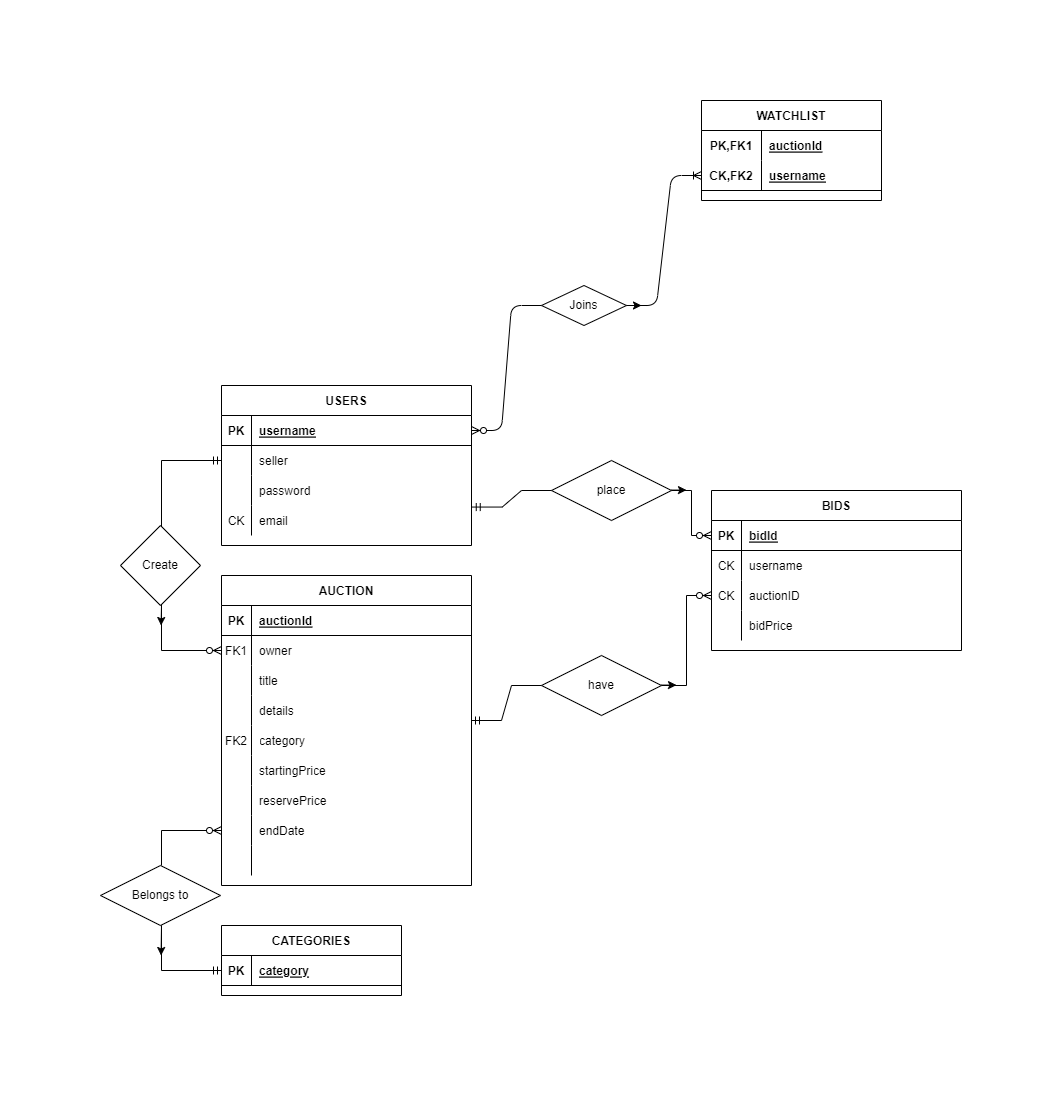
jcgloria/dbf_project keeps this draw.io diagram as er-diagram.drawio.png. Above is the earlier version. Source tidied: cells renumbered, new cells last; positions are measured from the earlier drawing's top-left corner, leaving out a move shared by most shapes.
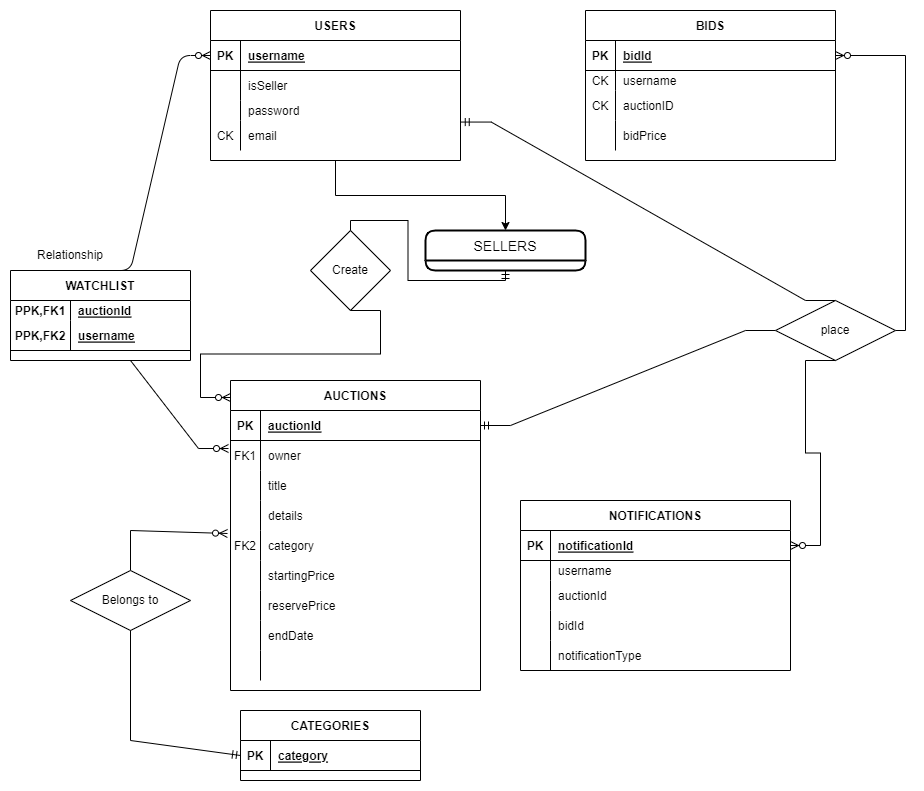
Later version of the same file.

Diff of the diagram source:
```diff
@@ -4,4 +4,4 @@
     <mxCell id="1" parent="0" />
-    <mxCell id="2" value="AUCTION" style="shape=table;startSize=30;rowLines=0;fontStyle=1;align=center;" parent="1" vertex="1">
-      <mxGeometry x="121" y="475" width="250" height="310" as="geometry" />
+    <mxCell id="2" value="AUCTIONS" style="shape=table;startSize=30;rowLines=0;fontStyle=1;align=center;" parent="1" vertex="1">
+      <mxGeometry x="256" y="370" width="250" height="310" as="geometry" />
     </mxCell>
@@ -89,3 +89,3 @@
     <mxCell id="30" value="BIDS" style="shape=table;startSize=30;rowLines=0;fontStyle=1;align=center;" parent="1" vertex="1">
-      <mxGeometry x="611" y="390" width="250" height="160" as="geometry" />
+      <mxGeometry x="611" width="250" height="150" as="geometry" />
     </mxCell>
@@ -101,12 +101,12 @@
     <mxCell id="34" style="shape=partialRectangle;fillColor=none;top=0;left=0;right=0;bottom=0;" parent="30" vertex="1">
-      <mxGeometry y="60" width="250" height="30" as="geometry" />
+      <mxGeometry y="60" width="250" height="20" as="geometry" />
     </mxCell>
     <mxCell id="35" value="CK" style="shape=partialRectangle;overflow=hidden;fillColor=none;top=0;left=0;bottom=0;right=0;" parent="34" vertex="1">
-      <mxGeometry width="30" height="30" as="geometry" />
+      <mxGeometry width="30" height="20" as="geometry" />
     </mxCell>
     <mxCell id="36" value="username" style="shape=partialRectangle;overflow=hidden;fillColor=none;top=0;left=0;bottom=0;right=0;align=left;spacingLeft=6;" parent="34" vertex="1">
-      <mxGeometry x="30" width="220" height="30" as="geometry" />
+      <mxGeometry x="30" width="220" height="20" as="geometry" />
     </mxCell>
     <mxCell id="37" style="shape=partialRectangle;fillColor=none;points=[[0,0.5],[1,0.5]];portConstraint=eastwest;top=0;left=0;right=0;bottom=0;" parent="30" vertex="1">
-      <mxGeometry y="90" width="250" height="30" as="geometry" />
+      <mxGeometry y="80" width="250" height="30" as="geometry" />
     </mxCell>
@@ -119,3 +119,3 @@
     <mxCell id="40" style="shape=partialRectangle;fillColor=none;top=0;left=0;right=0;bottom=0;" parent="30" vertex="1">
-      <mxGeometry y="120" width="250" height="30" as="geometry" />
+      <mxGeometry y="110" width="250" height="30" as="geometry" />
     </mxCell>
@@ -127,4 +127,7 @@
     </mxCell>
+    <mxCell id="86" style="edgeStyle=orthogonalEdgeStyle;rounded=0;jettySize=auto;html=1;" parent="1" edge="1" source="43" target="104">
+      <mxGeometry relative="1" as="geometry" />
+    </mxCell>
     <mxCell id="43" value="USERS" style="shape=table;startSize=30;rowLines=0;fontStyle=1;align=center;" parent="1" vertex="1">
-      <mxGeometry x="121" y="285" width="250" height="160" as="geometry" />
+      <mxGeometry x="236" width="250" height="150" as="geometry" />
     </mxCell>
@@ -145,3 +148,3 @@
     </mxCell>
-    <mxCell id="49" value="seller" style="shape=partialRectangle;overflow=hidden;fillColor=none;top=0;left=0;bottom=0;right=0;align=left;spacingLeft=6;" parent="47" vertex="1">
+    <mxCell id="49" value="isSeller" style="shape=partialRectangle;overflow=hidden;fillColor=none;top=0;left=0;bottom=0;right=0;align=left;spacingLeft=6;" parent="47" vertex="1">
       <mxGeometry x="30" width="220" height="30" as="geometry" />
@@ -149,12 +152,12 @@
     <mxCell id="50" style="shape=partialRectangle;fillColor=none;top=0;left=0;right=0;bottom=0;" parent="43" vertex="1">
-      <mxGeometry y="90" width="250" height="30" as="geometry" />
+      <mxGeometry y="90" width="250" height="20" as="geometry" />
     </mxCell>
     <mxCell id="51" style="shape=partialRectangle;overflow=hidden;fillColor=none;top=0;left=0;bottom=0;right=0;" parent="50" vertex="1">
-      <mxGeometry width="30" height="30" as="geometry" />
+      <mxGeometry width="30" height="20" as="geometry" />
     </mxCell>
     <mxCell id="52" value="password" style="shape=partialRectangle;overflow=hidden;fillColor=none;top=0;left=0;bottom=0;right=0;align=left;spacingLeft=6;" parent="50" vertex="1">
-      <mxGeometry x="30" width="220" height="30" as="geometry" />
+      <mxGeometry x="30" width="220" height="20" as="geometry" />
     </mxCell>
     <mxCell id="53" style="shape=partialRectangle;fillColor=none;points=[[0,0.5],[1,0.5]];portConstraint=eastwest;top=0;left=0;right=0;bottom=0;" parent="43" vertex="1">
-      <mxGeometry y="120" width="250" height="30" as="geometry" />
+      <mxGeometry y="110" width="250" height="30" as="geometry" />
     </mxCell>
@@ -167,3 +170,3 @@
     <mxCell id="56" value="CATEGORIES" style="shape=table;startSize=30;rowLines=0;fontStyle=1;align=center;" parent="1" vertex="1">
-      <mxGeometry x="121" y="825" width="180" height="70" as="geometry" />
+      <mxGeometry x="266" y="700" width="180" height="70" as="geometry" />
     </mxCell>
@@ -179,17 +182,17 @@
     <mxCell id="60" value="WATCHLIST" style="shape=table;startSize=30;rowLines=0;fontStyle=1;align=center;" parent="1" vertex="1">
-      <mxGeometry x="601" width="180" height="100" as="geometry" />
+      <mxGeometry x="36" y="260" width="180" height="90" as="geometry" />
     </mxCell>
     <mxCell id="61" style="shape=tableRow;horizontal=0;startSize=0;swimlaneHead=0;swimlaneBody=0;fillColor=none;top=0;left=0;right=0;bottom=0;" parent="60" vertex="1">
-      <mxGeometry y="30" width="180" height="30" as="geometry" />
+      <mxGeometry y="30" width="180" height="20" as="geometry" />
     </mxCell>
-    <mxCell id="62" value="PK,FK1" style="shape=partialRectangle;fillColor=none;top=0;left=0;bottom=0;right=0;fontStyle=1;overflow=hidden;" parent="61" vertex="1">
-      <mxGeometry width="60" height="30" as="geometry" />
+    <mxCell id="62" value="PPK,FK1" style="shape=partialRectangle;fillColor=none;top=0;left=0;bottom=0;right=0;fontStyle=1;overflow=hidden;" parent="61" vertex="1">
+      <mxGeometry width="60" height="20" as="geometry" />
     </mxCell>
     <mxCell id="63" value="auctionId" style="shape=partialRectangle;fillColor=none;top=0;left=0;bottom=0;right=0;align=left;spacingLeft=6;fontStyle=5;overflow=hidden;" parent="61" vertex="1">
-      <mxGeometry x="60" width="120" height="30" as="geometry" />
+      <mxGeometry x="60" width="120" height="20" as="geometry" />
     </mxCell>
     <mxCell id="64" style="shape=tableRow;horizontal=0;startSize=0;swimlaneHead=0;swimlaneBody=0;fillColor=none;points=[[0,0.5],[1,0.5]];portConstraint=eastwest;top=0;left=0;right=0;bottom=1;" parent="60" vertex="1">
-      <mxGeometry y="60" width="180" height="30" as="geometry" />
+      <mxGeometry y="50" width="180" height="30" as="geometry" />
     </mxCell>
-    <mxCell id="65" value="CK,FK2" style="shape=partialRectangle;fillColor=none;top=0;left=0;bottom=0;right=0;fontStyle=1;overflow=hidden;" parent="64" vertex="1">
+    <mxCell id="65" value="PPK,FK2" style="shape=partialRectangle;fillColor=none;top=0;left=0;bottom=0;right=0;fontStyle=1;overflow=hidden;" parent="64" vertex="1">
       <mxGeometry width="60" height="30" as="geometry" />
@@ -199,33 +202,12 @@
     </mxCell>
-    <mxCell id="67" style="edgeStyle=entityRelationEdgeStyle;fontSize=12;html=1;endArrow=ERoneToMany;startArrow=none;fontFamily=Helvetica;fontColor=default;align=center;strokeColor=default;exitX=1;exitY=0.5;exitDx=0;exitDy=0;" parent="1" edge="1" source="68" target="64">
-      <mxGeometry relative="1" as="geometry" />
-    </mxCell>
-    <mxCell id="68" value="Joins" style="shape=rhombus;perimeter=rhombusPerimeter;whiteSpace=wrap;html=1;align=center;fontSize=12;" parent="1" vertex="1">
-      <mxGeometry x="441" y="185" width="85" height="40" as="geometry" />
-    </mxCell>
-    <mxCell id="69" style="edgeStyle=entityRelationEdgeStyle;fontSize=12;html=1;endArrow=none;startArrow=ERzeroToMany;fontFamily=Helvetica;fontColor=default;align=center;strokeColor=default;exitX=1;exitY=0.5;exitDx=0;exitDy=0;" parent="1" edge="1" source="44" target="68">
+    <mxCell id="69" style="edgeStyle=entityRelationEdgeStyle;fontSize=12;html=1;endArrow=none;startArrow=ERzeroToMany;fontFamily=Helvetica;fontColor=default;align=center;strokeColor=default;entryX=0.5;entryY=0;entryDx=0;entryDy=0;exitX=0;exitY=0.5;exitDx=0;exitDy=0;" parent="1" edge="1" source="44" target="60">
       <mxGeometry relative="1" as="geometry" />
     </mxCell>
-    <mxCell id="70" style="edgeStyle=orthogonalEdgeStyle;fontSize=12;html=1;endArrow=ERzeroToMany;startArrow=none;rounded=0;entryX=0;entryY=0.5;entryDx=0;entryDy=0;exitX=1;exitY=0.5;exitDx=0;exitDy=0;" parent="1" edge="1" source="80" target="31">
+    <mxCell id="70" style="edgeStyle=orthogonalEdgeStyle;fontSize=12;html=1;endArrow=ERzeroToMany;startArrow=none;rounded=0;entryX=1;entryY=0.5;entryDx=0;entryDy=0;exitX=1;exitY=0.5;exitDx=0;exitDy=0;" parent="1" edge="1" source="80" target="31">
       <mxGeometry relative="1" as="geometry" />
     </mxCell>
-    <mxCell id="71" style="edgeStyle=orthogonalEdgeStyle;fontSize=12;html=1;endArrow=ERzeroToMany;startArrow=none;rounded=0;exitX=1;exitY=0.5;exitDx=0;exitDy=0;" parent="1" edge="1" source="83" target="37">
-      <mxGeometry relative="1" as="geometry" />
-    </mxCell>
-    <mxCell id="72" style="fontSize=12;html=1;endArrow=ERzeroToMany;startArrow=ERmandOne;rounded=0;edgeStyle=orthogonalEdgeStyle;entryX=0;entryY=0.5;entryDx=0;entryDy=0;exitX=0;exitY=0.5;exitDx=0;exitDy=0;" parent="1" edge="1" source="47" target="6">
-      <mxGeometry relative="1" as="geometry">
-        <Array as="points">
-          <mxPoint x="61" y="360" />
-          <mxPoint x="61" y="550" />
-        </Array>
-      </mxGeometry>
-    </mxCell>
-    <mxCell id="73" value="Create" style="rhombus;whiteSpace=wrap;html=1;" parent="1" vertex="1">
-      <mxGeometry x="20" y="425" width="80" height="80" as="geometry" />
-    </mxCell>
-    <mxCell id="74" style="fontSize=12;html=1;endArrow=ERzeroToMany;startArrow=none;rounded=0;exitX=0.5;exitY=0;exitDx=0;exitDy=0;entryX=0;entryY=0.5;entryDx=0;entryDy=0;" parent="1" edge="1" target="24">
+    <mxCell id="74" style="fontSize=12;html=1;endArrow=ERzeroToMany;startArrow=none;rounded=0;exitX=0.5;exitY=0;exitDx=0;exitDy=0;entryX=-0.012;entryY=0.1;entryDx=0;entryDy=0;entryPerimeter=0;" parent="1" edge="1" source="75" target="15">
       <mxGeometry relative="1" as="geometry">
-        <mxPoint x="61" y="765" as="sourcePoint" />
         <Array as="points">
-          <mxPoint x="61" y="730" />
+          <mxPoint x="156" y="520" />
         </Array>
@@ -234,9 +216,8 @@
     <mxCell id="75" value="Belongs to" style="shape=rhombus;perimeter=rhombusPerimeter;whiteSpace=wrap;html=1;align=center;" parent="1" vertex="1">
-      <mxGeometry y="765" width="120" height="60" as="geometry" />
+      <mxGeometry x="96" y="560" width="120" height="60" as="geometry" />
     </mxCell>
-    <mxCell id="76" style="fontSize=12;html=1;endArrow=none;startArrow=ERmandOne;rounded=0;exitX=0;exitY=0.5;exitDx=0;exitDy=0;entryX=0.5;entryY=1;entryDx=0;entryDy=0;" parent="1" edge="1" source="57">
+    <mxCell id="76" style="fontSize=12;html=1;endArrow=none;startArrow=ERmandOne;rounded=0;exitX=0;exitY=0.5;exitDx=0;exitDy=0;entryX=0.5;entryY=1;entryDx=0;entryDy=0;" parent="1" edge="1" source="57" target="75">
       <mxGeometry relative="1" as="geometry">
-        <mxPoint x="61" y="825" as="targetPoint" />
         <Array as="points">
-          <mxPoint x="61" y="870" />
+          <mxPoint x="156" y="730" />
         </Array>
@@ -244,45 +225,82 @@
     </mxCell>
-    <mxCell id="77" style="endArrow=classic;html=1;rounded=0;exitX=1;exitY=0.5;exitDx=0;exitDy=0;" parent="1" edge="1" source="68">
-      <mxGeometry relative="1" as="geometry">
-        <mxPoint x="541" y="205" as="targetPoint" />
-      </mxGeometry>
-    </mxCell>
-    <mxCell id="78" style="endArrow=classic;html=1;rounded=0;" parent="1" edge="1">
-      <mxGeometry relative="1" as="geometry">
-        <mxPoint x="61" y="505" as="sourcePoint" />
-        <mxPoint x="60.6" y="525" as="targetPoint" />
-      </mxGeometry>
-    </mxCell>
-    <mxCell id="79" style="endArrow=classic;html=1;rounded=0;" parent="1" edge="1">
-      <mxGeometry relative="1" as="geometry">
-        <mxPoint x="61" y="825" as="sourcePoint" />
-        <mxPoint x="60.6" y="855" as="targetPoint" />
-      </mxGeometry>
-    </mxCell>
+    <mxCell id="81" style="edgeStyle=entityRelationEdgeStyle;fontSize=12;html=1;endArrow=none;startArrow=ERmandOne;rounded=0;entryX=0.5;entryY=0;entryDx=0;entryDy=0;exitX=1.003;exitY=0.052;exitDx=0;exitDy=0;exitPerimeter=0;" parent="1" edge="1" source="53" target="80">
+      <mxGeometry relative="1" as="geometry" />
+    </mxCell>
+    <mxCell id="84" style="edgeStyle=entityRelationEdgeStyle;fontSize=12;html=1;endArrow=none;startArrow=ERmandOne;rounded=0;" parent="1" edge="1" source="3" target="80">
+      <mxGeometry relative="1" as="geometry" />
+    </mxCell>
     <mxCell id="80" value="place" style="shape=rhombus;perimeter=rhombusPerimeter;whiteSpace=wrap;html=1;align=center;" parent="1" vertex="1">
-      <mxGeometry x="451" y="360" width="120" height="60" as="geometry" />
+      <mxGeometry x="801" y="290" width="120" height="60" as="geometry" />
     </mxCell>
-    <mxCell id="81" style="edgeStyle=entityRelationEdgeStyle;fontSize=12;html=1;endArrow=none;startArrow=ERmandOne;rounded=0;entryX=0;entryY=0.5;entryDx=0;entryDy=0;exitX=1.003;exitY=0.052;exitDx=0;exitDy=0;exitPerimeter=0;" parent="1" edge="1" source="53" target="80">
-      <mxGeometry relative="1" as="geometry" />
-    </mxCell>
-    <mxCell id="82" style="endArrow=classic;html=1;rounded=0;exitX=1;exitY=0.5;exitDx=0;exitDy=0;" parent="1" edge="1">
-      <mxGeometry relative="1" as="geometry">
-        <mxPoint x="571" y="389.6" as="sourcePoint" />
-        <mxPoint x="586" y="389.6" as="targetPoint" />
-      </mxGeometry>
-    </mxCell>
-    <mxCell id="83" value="have" style="shape=rhombus;perimeter=rhombusPerimeter;whiteSpace=wrap;html=1;align=center;" parent="1" vertex="1">
-      <mxGeometry x="441" y="555" width="120" height="60" as="geometry" />
-    </mxCell>
-    <mxCell id="84" style="edgeStyle=entityRelationEdgeStyle;fontSize=12;html=1;endArrow=none;startArrow=ERmandOne;rounded=0;" parent="1" edge="1" target="83">
-      <mxGeometry relative="1" as="geometry">
-        <mxPoint x="371" y="620" as="sourcePoint" />
-      </mxGeometry>
-    </mxCell>
-    <mxCell id="85" style="endArrow=classic;html=1;rounded=0;exitX=1;exitY=0.5;exitDx=0;exitDy=0;" parent="1" edge="1">
-      <mxGeometry relative="1" as="geometry">
-        <mxPoint x="561" y="584.6" as="sourcePoint" />
-        <mxPoint x="576" y="584.6" as="targetPoint" />
-      </mxGeometry>
-    </mxCell>
+    <mxCell id="87" value="NOTIFICATIONS" style="shape=table;startSize=30;rowLines=0;fontStyle=1;align=center;" parent="1" vertex="1">
+      <mxGeometry x="546" y="490" width="270" height="170" as="geometry" />
+    </mxCell>
+    <mxCell id="88" style="shape=partialRectangle;fillColor=none;points=[[0,0.5],[1,0.5]];portConstraint=eastwest;top=0;left=0;right=0;bottom=1;" parent="87" vertex="1">
+      <mxGeometry y="30" width="270" height="30" as="geometry" />
+    </mxCell>
+    <mxCell id="89" value="PK" style="shape=partialRectangle;overflow=hidden;fillColor=none;top=0;left=0;bottom=0;right=0;fontStyle=1;" parent="88" vertex="1">
+      <mxGeometry width="30" height="30" as="geometry" />
+    </mxCell>
+    <mxCell id="90" value="notificationId" style="shape=partialRectangle;overflow=hidden;fillColor=none;top=0;left=0;bottom=0;right=0;align=left;spacingLeft=6;fontStyle=5;" parent="88" vertex="1">
+      <mxGeometry x="30" width="240" height="30" as="geometry" />
+    </mxCell>
+    <mxCell id="91" style="shape=partialRectangle;fillColor=none;top=0;left=0;right=0;bottom=0;" parent="87" vertex="1">
+      <mxGeometry y="60" width="270" height="20" as="geometry" />
+    </mxCell>
+    <mxCell id="92" style="shape=partialRectangle;overflow=hidden;fillColor=none;top=0;left=0;bottom=0;right=0;" parent="91" vertex="1">
+      <mxGeometry width="30" height="20" as="geometry" />
+    </mxCell>
+    <mxCell id="93" value="username" style="shape=partialRectangle;overflow=hidden;fillColor=none;top=0;left=0;bottom=0;right=0;align=left;spacingLeft=6;" parent="91" vertex="1">
+      <mxGeometry x="30" width="240" height="20" as="geometry" />
+    </mxCell>
+    <mxCell id="94" style="shape=partialRectangle;fillColor=none;top=0;left=0;right=0;bottom=0;" parent="87" vertex="1">
+      <mxGeometry y="80" width="270" height="30" as="geometry" />
+    </mxCell>
+    <mxCell id="95" style="shape=partialRectangle;overflow=hidden;fillColor=none;top=0;left=0;bottom=0;right=0;" parent="94" vertex="1">
+      <mxGeometry width="30" height="30" as="geometry" />
+    </mxCell>
+    <mxCell id="96" value="auctionId" style="shape=partialRectangle;overflow=hidden;fillColor=none;top=0;left=0;bottom=0;right=0;align=left;spacingLeft=6;" parent="94" vertex="1">
+      <mxGeometry x="30" width="240" height="30" as="geometry" />
+    </mxCell>
+    <mxCell id="97" style="shape=partialRectangle;fillColor=none;top=0;left=0;right=0;bottom=0;" parent="87" vertex="1">
+      <mxGeometry y="110" width="270" height="30" as="geometry" />
+    </mxCell>
+    <mxCell id="98" style="shape=partialRectangle;overflow=hidden;fillColor=none;top=0;left=0;bottom=0;right=0;" parent="97" vertex="1">
+      <mxGeometry width="30" height="30" as="geometry" />
+    </mxCell>
+    <mxCell id="99" value="bidId" style="shape=partialRectangle;overflow=hidden;fillColor=none;top=0;left=0;bottom=0;right=0;align=left;spacingLeft=6;" parent="97" vertex="1">
+      <mxGeometry x="30" width="240" height="30" as="geometry" />
+    </mxCell>
+    <mxCell id="100" style="shape=partialRectangle;fillColor=none;top=0;left=0;right=0;bottom=0;" parent="87" vertex="1">
+      <mxGeometry y="140" width="270" height="30" as="geometry" />
+    </mxCell>
+    <mxCell id="101" style="shape=partialRectangle;overflow=hidden;fillColor=none;top=0;left=0;bottom=0;right=0;" parent="100" vertex="1">
+      <mxGeometry width="30" height="30" as="geometry" />
+    </mxCell>
+    <mxCell id="102" value="notificationType" style="shape=partialRectangle;overflow=hidden;fillColor=none;top=0;left=0;bottom=0;right=0;align=left;spacingLeft=6;" parent="100" vertex="1">
+      <mxGeometry x="30" width="240" height="30" as="geometry" />
+    </mxCell>
+    <mxCell id="103" style="edgeStyle=entityRelationEdgeStyle;fontSize=12;html=1;endArrow=ERzeroToMany;endFill=1;rounded=0;exitX=0.5;exitY=1;exitDx=0;exitDy=0;entryX=1;entryY=0.5;entryDx=0;entryDy=0;" parent="1" edge="1" source="80" target="88">
+      <mxGeometry relative="1" as="geometry" />
+    </mxCell>
+    <mxCell id="104" value="SELLERS" style="swimlane;horizontal=1;startSize=30;rounded=1;fontSize=14;fontStyle=0;strokeWidth=2;shadow=0;dashed=0;align=center;" parent="1" vertex="1">
+      <mxGeometry x="451" y="220" width="160" height="40" as="geometry" />
+    </mxCell>
+    <mxCell id="73" value="Create" style="rhombus;whiteSpace=wrap;html=1;" parent="1" vertex="1">
+      <mxGeometry x="336" y="220" width="80" height="80" as="geometry" />
+    </mxCell>
+    <mxCell id="105" style="fontSize=12;html=1;endArrow=none;startArrow=ERmandOne;rounded=0;edgeStyle=orthogonalEdgeStyle;entryX=0.5;entryY=0;entryDx=0;entryDy=0;exitX=0.5;exitY=1;exitDx=0;exitDy=0;" parent="1" edge="1" source="104" target="73">
+      <mxGeometry relative="1" as="geometry" />
+    </mxCell>
+    <mxCell id="106" value="Relationship" style="text;html=1;strokeColor=none;fillColor=none;align=center;verticalAlign=middle;whiteSpace=wrap;rounded=0;" parent="1" vertex="1">
+      <mxGeometry x="66" y="230" width="60" height="30" as="geometry" />
+    </mxCell>
+    <mxCell id="107" style="edgeStyle=entityRelationEdgeStyle;fontSize=12;html=1;endArrow=ERzeroToMany;endFill=1;rounded=0;exitX=0.5;exitY=1;exitDx=0;exitDy=0;entryX=-0.008;entryY=0.267;entryDx=0;entryDy=0;entryPerimeter=0;" parent="1" edge="1" source="60" target="6">
+      <mxGeometry relative="1" as="geometry" />
+    </mxCell>
+    <mxCell id="108" style="edgeStyle=entityRelationEdgeStyle;fontSize=12;html=1;endArrow=ERzeroToMany;endFill=1;rounded=0;exitX=0.5;exitY=1;exitDx=0;exitDy=0;" parent="1" edge="1" source="73">
+      <mxGeometry relative="1" as="geometry">
+        <mxPoint x="256" y="387" as="targetPoint" />
+      </mxGeometry>
+    </mxCell>
   </root>
```
